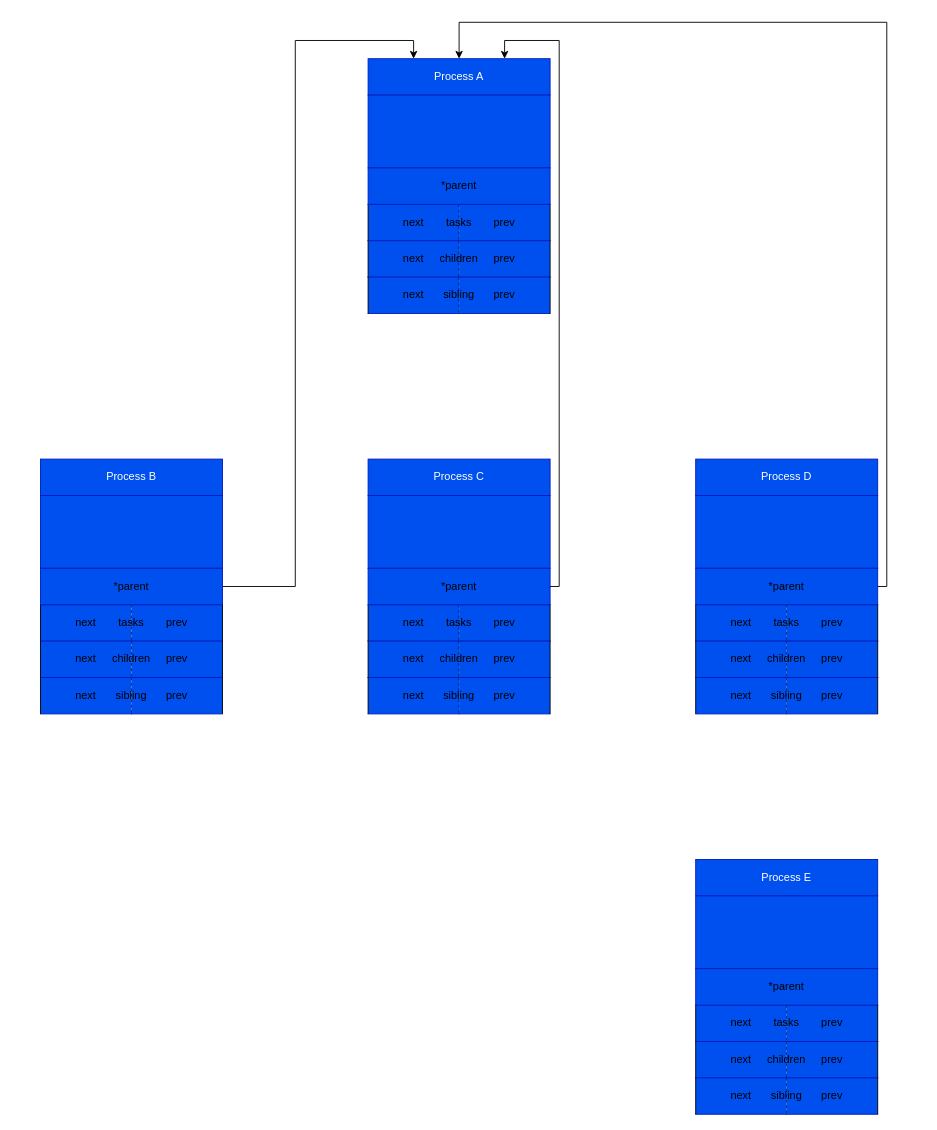
astrotycoon/ADT keeps this draw.io diagram as ADT/Untitled Diagram.drawio. Above is the earlier version. Source tidied: cells renumbered, new cells numbered last; positions are measured from the earlier drawing's top-left corner, leaving out a move shared by most shapes. Both pictures are drawn from the tidied source at 91%, with x=0, y=0 at pixel (31, 22).
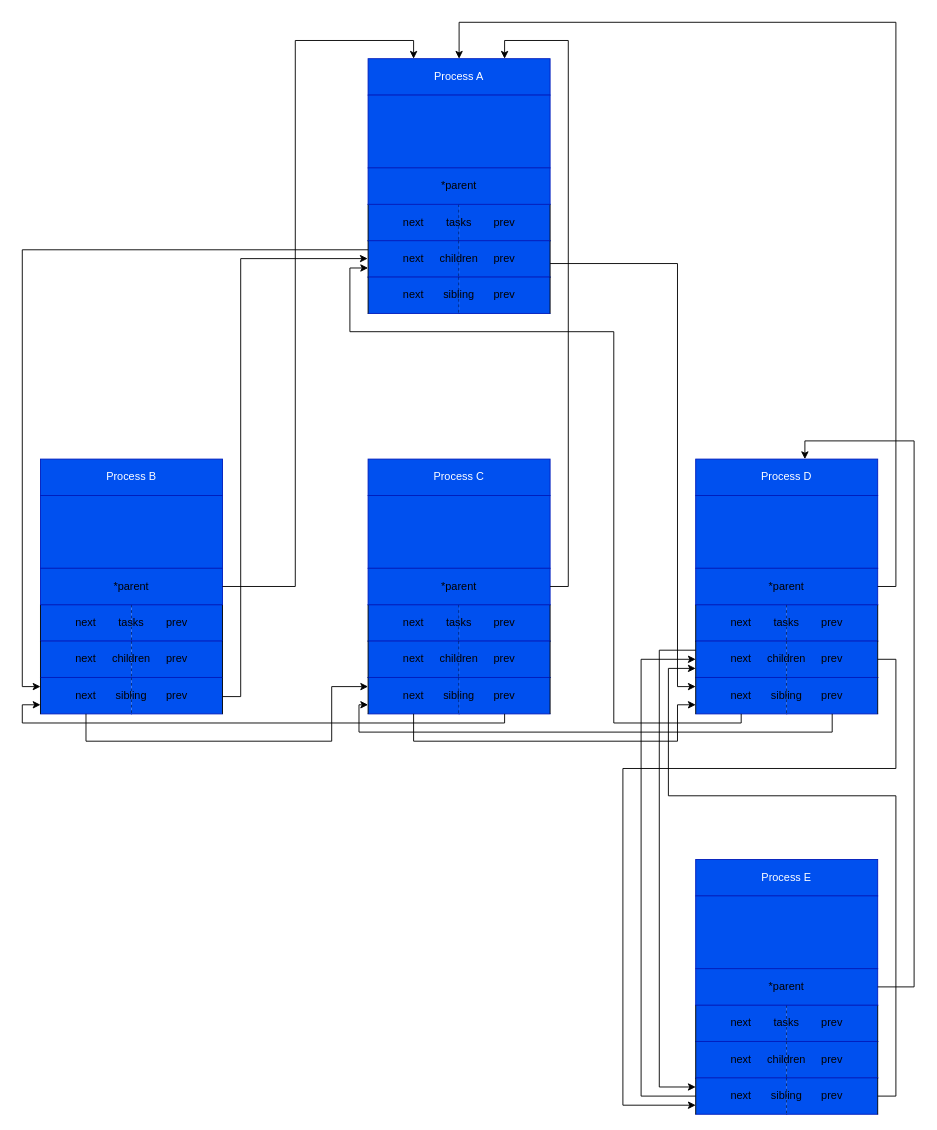
The same diagram, later.

Unchanged cells that the change refers to:
```xml
<mxCell id="2" value="Process A" style="rounded=0;whiteSpace=wrap;html=1;fillColor=#0050ef;fontColor=#ffffff;strokeColor=#001DBC;" parent="1" vertex="1">
  <mxGeometry x="370" y="40" width="200" height="40" as="geometry" />
</mxCell>
<mxCell id="11" style="line;strokeWidth=1;direction=south;html=1;" parent="1" vertex="1">
  <mxGeometry x="360" y="240" width="20" height="40" as="geometry" />
</mxCell>
<mxCell id="38" style="line;strokeWidth=1;direction=south;html=1;" parent="1" vertex="1">
  <mxGeometry x="360" y="720" width="20" height="40" as="geometry" />
</mxCell>
<mxCell id="40" value="&lt;font style=&quot;color: light-dark(rgb(0, 0, 0), rgb(127, 0, 255));&quot;&gt;prev&lt;/font&gt;" style="shape=partialRectangle;whiteSpace=wrap;html=1;left=0;right=0;fillColor=#0050ef;fontColor=#ffffff;strokeColor=#001DBC;" parent="1" vertex="1">
  <mxGeometry x="470" y="720" width="100" height="40" as="geometry" />
</mxCell>
<mxCell id="43" value="&lt;font style=&quot;color: light-dark(rgb(0, 0, 0), rgb(204, 0, 0));&quot;&gt;*parent&lt;/font&gt;" style="rounded=0;whiteSpace=wrap;html=1;fillColor=#0050ef;fontColor=#ffffff;strokeColor=#001DBC;" parent="1" vertex="1">
  <mxGeometry x="370" y="600" width="200" height="40" as="geometry" />
</mxCell>
<mxCell id="52" value="&lt;font style=&quot;color: light-dark(rgb(0, 0, 0), rgb(0, 255, 0));&quot;&gt;next&lt;/font&gt;" style="shape=partialRectangle;whiteSpace=wrap;html=1;left=0;right=0;fillColor=#0050ef;fontColor=#ffffff;strokeColor=#001DBC;" parent="1" vertex="1">
  <mxGeometry x="730" y="680" width="100" height="40" as="geometry" />
</mxCell>
<mxCell id="53" style="line;strokeWidth=1;direction=south;html=1;" parent="1" vertex="1">
  <mxGeometry x="720" y="680" width="20" height="40" as="geometry" />
</mxCell>
<mxCell id="59" style="line;strokeWidth=1;direction=south;html=1;" parent="1" vertex="1">
  <mxGeometry x="720" y="720" width="20" height="40" as="geometry" />
</mxCell>
<mxCell id="61" value="&lt;font style=&quot;color: light-dark(rgb(0, 0, 0), rgb(127, 0, 255));&quot;&gt;prev&lt;/font&gt;" style="shape=partialRectangle;whiteSpace=wrap;html=1;left=0;right=0;fillColor=#0050ef;fontColor=#ffffff;strokeColor=#001DBC;" parent="1" vertex="1">
  <mxGeometry x="830" y="720" width="100" height="40" as="geometry" />
</mxCell>
<mxCell id="80" style="line;strokeWidth=1;direction=south;html=1;" parent="1" vertex="1">
  <mxGeometry y="720" width="20" height="40" as="geometry" />
</mxCell>
<mxCell id="83" style="line;strokeWidth=1;direction=south;html=1;" parent="1" vertex="1">
  <mxGeometry x="200" y="720" width="20" height="40" as="geometry" />
</mxCell>
<mxCell id="101" style="line;strokeWidth=1;direction=south;html=1;" parent="1" vertex="1">
  <mxGeometry x="720" y="1160" width="20" height="40" as="geometry" />
</mxCell>
<mxCell id="106" value="&lt;font style=&quot;color: light-dark(rgb(0, 0, 0), rgb(204, 0, 0));&quot;&gt;*parent&lt;/font&gt;" style="rounded=0;whiteSpace=wrap;html=1;fillColor=#0050ef;fontColor=#ffffff;strokeColor=#001DBC;" parent="1" vertex="1">
  <mxGeometry x="730" y="1040" width="200" height="40" as="geometry" />
</mxCell>
```

Diff of the diagram source:
```diff
@@
-    <mxCell id="107" style="endArrow=classic;html=1;rounded=0;entryX=0.25;entryY=0;entryDx=0;entryDy=0;edgeStyle=orthogonalEdgeStyle;" parent="1" edge="1" target="2">
+    <mxCell id="107" style="endArrow=classic;html=1;rounded=0;entryX=0.25;entryY=0;entryDx=0;entryDy=0;edgeStyle=orthogonalEdgeStyle;strokeColor=light-dark(#000000,#66B2FF);" parent="1" edge="1" target="2">
       <mxGeometry relative="1" as="geometry">
         <mxPoint x="210" y="620" as="sourcePoint" />
         <Array as="points">
           <mxPoint x="290" y="620" />
           <mxPoint x="290" y="20" />
           <mxPoint x="420" y="20" />
         </Array>
       </mxGeometry>
     </mxCell>
-    <mxCell id="108" style="endArrow=classic;html=1;rounded=0;entryX=0.75;entryY=0;entryDx=0;entryDy=0;edgeStyle=orthogonalEdgeStyle;exitX=1;exitY=0.5;exitDx=0;exitDy=0;" parent="1" edge="1" source="43" target="2">
+    <mxCell id="108" style="endArrow=classic;html=1;rounded=0;entryX=0.75;entryY=0;entryDx=0;entryDy=0;edgeStyle=orthogonalEdgeStyle;exitX=1;exitY=0.5;exitDx=0;exitDy=0;strokeColor=light-dark(#000000,#66B2FF);" parent="1" edge="1" source="43" target="2">
       <mxGeometry relative="1" as="geometry">
         <Array as="points">
-          <mxPoint x="580" y="620" />
-          <mxPoint x="580" y="20" />
+          <mxPoint x="590" y="620" />
+          <mxPoint x="590" y="20" />
           <mxPoint x="520" y="20" />
         </Array>
       </mxGeometry>
     </mxCell>
-    <mxCell id="109" style="endArrow=classic;html=1;rounded=0;entryX=0.5;entryY=0;entryDx=0;entryDy=0;edgeStyle=orthogonalEdgeStyle;" parent="1" edge="1" target="2">
+    <mxCell id="109" style="endArrow=classic;html=1;rounded=0;entryX=0.5;entryY=0;entryDx=0;entryDy=0;edgeStyle=orthogonalEdgeStyle;strokeColor=light-dark(#000000,#66B2FF);" parent="1" edge="1" target="2">
       <mxGeometry relative="1" as="geometry">
         <mxPoint x="930" y="620" as="sourcePoint" />
         <Array as="points">
-          <mxPoint x="940" y="620" />
-          <mxPoint x="940" />
+          <mxPoint x="950" y="620" />
+          <mxPoint x="950" />
           <mxPoint x="470" />
         </Array>
       </mxGeometry>
     </mxCell>
+    <mxCell id="110" style="endArrow=classic;html=1;rounded=0;entryX=0.25;entryY=0.5;entryDx=0;entryDy=0;edgeStyle=orthogonalEdgeStyle;entryPerimeter=0;strokeColor=light-dark(#000000,#FF3333);" parent="1" edge="1" target="80">
+      <mxGeometry relative="1" as="geometry">
+        <mxPoint x="370" y="250" as="sourcePoint" />
+        <Array as="points">
+          <mxPoint x="-10" y="250" />
+          <mxPoint x="-10" y="730" />
+        </Array>
+      </mxGeometry>
+    </mxCell>
+    <mxCell id="111" style="endArrow=classic;html=1;rounded=0;exitX=0.503;exitY=0.519;exitDx=0;exitDy=0;exitPerimeter=0;edgeStyle=orthogonalEdgeStyle;entryX=0.25;entryY=0.5;entryDx=0;entryDy=0;entryPerimeter=0;strokeColor=light-dark(#000000,#FF9933);" parent="1" edge="1" target="59">
+      <mxGeometry relative="1" as="geometry">
+        <mxPoint x="570" y="265.1" as="sourcePoint" />
+        <Array as="points">
+          <mxPoint x="710" y="265" />
+          <mxPoint x="710" y="730" />
+        </Array>
+      </mxGeometry>
+    </mxCell>
+    <mxCell id="112" style="endArrow=classic;html=1;rounded=0;entryX=0.25;entryY=0.5;entryDx=0;entryDy=0;entryPerimeter=0;edgeStyle=orthogonalEdgeStyle;strokeColor=light-dark(#000000,#FF3333);" parent="1" edge="1" target="38">
+      <mxGeometry relative="1" as="geometry">
+        <mxPoint x="60" y="760" as="sourcePoint" />
+        <Array as="points">
+          <mxPoint x="60" y="790" />
+          <mxPoint x="330" y="790" />
+          <mxPoint x="330" y="730" />
+        </Array>
+      </mxGeometry>
+    </mxCell>
+    <mxCell id="113" style="endArrow=classic;html=1;rounded=0;entryX=0.492;entryY=0.523;entryDx=0;entryDy=0;entryPerimeter=0;edgeStyle=orthogonalEdgeStyle;exitX=0.524;exitY=0.507;exitDx=0;exitDy=0;exitPerimeter=0;strokeColor=light-dark(#000000,#FF9933);" parent="1" edge="1" source="83" target="11">
+      <mxGeometry relative="1" as="geometry">
+        <Array as="points">
+          <mxPoint x="230" y="741" />
+          <mxPoint x="230" y="260" />
+          <mxPoint x="370" y="260" />
+        </Array>
+      </mxGeometry>
+    </mxCell>
+    <mxCell id="114" style="endArrow=classic;html=1;rounded=0;entryX=0.75;entryY=0.5;entryDx=0;entryDy=0;entryPerimeter=0;edgeStyle=orthogonalEdgeStyle;strokeColor=light-dark(#000000,#FF0000);" parent="1" edge="1" target="59">
+      <mxGeometry relative="1" as="geometry">
+        <mxPoint x="420" y="760" as="sourcePoint" />
+        <Array as="points">
+          <mxPoint x="420" y="790" />
+          <mxPoint x="710" y="790" />
+          <mxPoint x="710" y="750" />
+        </Array>
+      </mxGeometry>
+    </mxCell>
+    <mxCell id="115" style="endArrow=classic;html=1;rounded=0;entryX=0.75;entryY=0.5;entryDx=0;entryDy=0;edgeStyle=orthogonalEdgeStyle;exitX=0.5;exitY=1;exitDx=0;exitDy=0;entryPerimeter=0;strokeColor=light-dark(#000000,#FF9933);" parent="1" edge="1" source="40" target="80">
+      <mxGeometry relative="1" as="geometry">
+        <Array as="points">
+          <mxPoint x="520" y="770" />
+          <mxPoint x="-10" y="770" />
+          <mxPoint x="-10" y="750" />
+        </Array>
+      </mxGeometry>
+    </mxCell>
+    <mxCell id="116" style="endArrow=classic;html=1;rounded=0;entryX=0.75;entryY=0.5;entryDx=0;entryDy=0;entryPerimeter=0;edgeStyle=orthogonalEdgeStyle;exitX=0.5;exitY=1;exitDx=0;exitDy=0;strokeColor=light-dark(#000000,#FF9933);" parent="1" edge="1" source="61" target="38">
+      <mxGeometry relative="1" as="geometry">
+        <Array as="points">
+          <mxPoint x="880" y="780" />
+          <mxPoint x="360" y="780" />
+          <mxPoint x="360" y="750" />
+        </Array>
+      </mxGeometry>
+    </mxCell>
+    <mxCell id="117" style="endArrow=classic;html=1;rounded=0;entryX=0.75;entryY=0.5;entryDx=0;entryDy=0;entryPerimeter=0;edgeStyle=orthogonalEdgeStyle;strokeColor=light-dark(#000000,#FF0000);" parent="1" edge="1" target="11">
+      <mxGeometry relative="1" as="geometry">
+        <mxPoint x="780" y="760" as="sourcePoint" />
+        <Array as="points">
+          <mxPoint x="780" y="770" />
+          <mxPoint x="640" y="770" />
+          <mxPoint x="640" y="340" />
+          <mxPoint x="350" y="340" />
+          <mxPoint x="350" y="270" />
+        </Array>
+      </mxGeometry>
+    </mxCell>
+    <mxCell id="118" style="endArrow=classic;html=1;rounded=0;entryX=0.5;entryY=0;entryDx=0;entryDy=0;edgeStyle=orthogonalEdgeStyle;exitX=1;exitY=0.5;exitDx=0;exitDy=0;strokeColor=light-dark(#000000,#66B2FF);" parent="1" edge="1" source="106">
+      <mxGeometry relative="1" as="geometry">
+        <mxPoint x="850" y="480" as="targetPoint" />
+        <Array as="points">
+          <mxPoint x="970" y="1060" />
+          <mxPoint x="970" y="460" />
+          <mxPoint x="850" y="460" />
+        </Array>
+      </mxGeometry>
+    </mxCell>
+    <mxCell id="119" style="endArrow=classic;html=1;rounded=0;exitX=0.25;exitY=0.5;exitDx=0;exitDy=0;exitPerimeter=0;entryX=0.25;entryY=0.5;entryDx=0;entryDy=0;entryPerimeter=0;edgeStyle=orthogonalEdgeStyle;strokeColor=light-dark(#000000,#FF3333);" parent="1" edge="1" source="53" target="101">
+      <mxGeometry relative="1" as="geometry">
+        <Array as="points">
+          <mxPoint x="690" y="690" />
+          <mxPoint x="690" y="1170" />
+        </Array>
+      </mxGeometry>
+    </mxCell>
+    <mxCell id="120" style="endArrow=classic;html=1;rounded=0;edgeStyle=orthogonalEdgeStyle;strokeColor=light-dark(#000000,#FF3333);" parent="1" edge="1">
+      <mxGeometry relative="1" as="geometry">
+        <mxPoint x="730" y="1180" as="sourcePoint" />
+        <mxPoint x="730" y="700" as="targetPoint" />
+        <Array as="points">
+          <mxPoint x="670" y="1180" />
+          <mxPoint x="670" y="700" />
+          <mxPoint x="730" y="700" />
+        </Array>
+      </mxGeometry>
+    </mxCell>
+    <mxCell id="121" style="endArrow=classic;html=1;rounded=0;entryX=0.75;entryY=0.5;entryDx=0;entryDy=0;entryPerimeter=0;edgeStyle=orthogonalEdgeStyle;strokeColor=light-dark(#000000,#FFB366);" parent="1" edge="1" target="101">
+      <mxGeometry relative="1" as="geometry">
+        <mxPoint x="930" y="700" as="sourcePoint" />
+        <Array as="points">
+          <mxPoint x="950" y="700" />
+          <mxPoint x="950" y="820" />
+          <mxPoint x="650" y="820" />
+          <mxPoint x="650" y="1190" />
+        </Array>
+      </mxGeometry>
+    </mxCell>
+    <mxCell id="122" style="endArrow=classic;html=1;rounded=0;entryX=0;entryY=0.75;entryDx=0;entryDy=0;edgeStyle=orthogonalEdgeStyle;strokeColor=light-dark(#000000,#FFB366);" parent="1" edge="1" target="52">
+      <mxGeometry relative="1" as="geometry">
+        <mxPoint x="930" y="1180" as="sourcePoint" />
+        <Array as="points">
+          <mxPoint x="950" y="1180" />
+          <mxPoint x="950" y="850" />
+          <mxPoint x="700" y="850" />
+          <mxPoint x="700" y="710" />
+        </Array>
+      </mxGeometry>
+    </mxCell>
```
